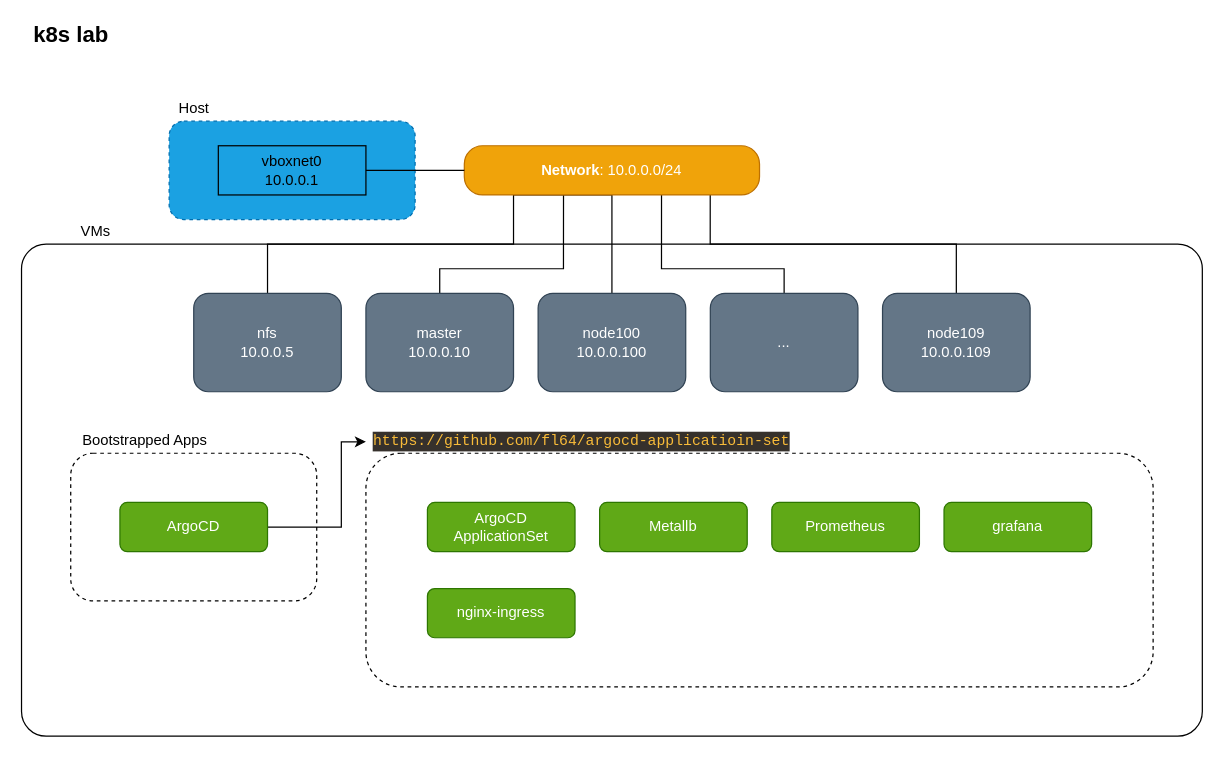
Before: scheme/localk8s.drawio in fl64/localk8s, a draw.io diagram. Source tidied: cells renumbered, new cells numbered last; positions are measured from the earlier drawing's top-left corner, leaving out a move shared by most shapes. Both pictures are drawn from the tidied source at 123%, with x=0, y=0 at pixel (21, 22).
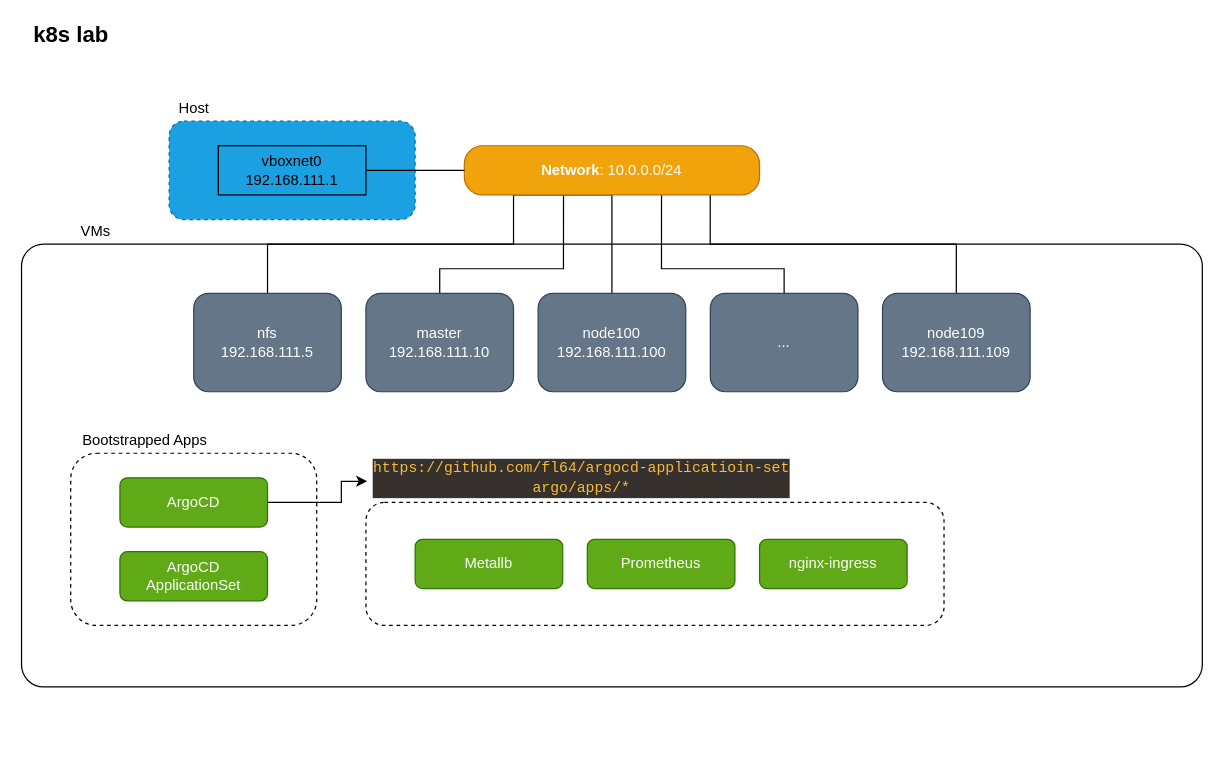
Above is the later version.

Diff of the diagram source:
```diff
@@
     <mxCell id="2" style="rounded=1;whiteSpace=wrap;html=1;arcSize=5;" parent="1" vertex="1">
-      <mxGeometry y="180" width="960" height="400" as="geometry" />
+      <mxGeometry y="180" width="960" height="360" as="geometry" />
     </mxCell>
     <mxCell id="3" style="rounded=1;whiteSpace=wrap;html=1;dashed=1;" parent="1" vertex="1">
-      <mxGeometry x="280" y="350" width="640" height="190" as="geometry" />
+      <mxGeometry x="280" y="390" width="470" height="100" as="geometry" />
     </mxCell>
     <mxCell id="4" style="rounded=1;whiteSpace=wrap;html=1;dashed=1;" parent="1" vertex="1">
-      <mxGeometry x="40" y="350" width="200" height="120" as="geometry" />
+      <mxGeometry x="40" y="350" width="200" height="140" as="geometry" />
     </mxCell>
@@
-    <mxCell id="7" value="master&lt;br&gt;10.0.0.10" style="rounded=1;whiteSpace=wrap;html=1;fillColor=#647687;strokeColor=#314354;fontColor=#ffffff;" parent="1" vertex="1">
+    <mxCell id="7" value="master&lt;br&gt;192.168.111.10" style="rounded=1;whiteSpace=wrap;html=1;fillColor=#647687;strokeColor=#314354;fontColor=#ffffff;" parent="1" vertex="1">
       <mxGeometry x="280" y="220" width="120" height="80" as="geometry" />
     </mxCell>
@@
-    <mxCell id="9" value="node100&lt;br&gt;10.0.0.100" style="rounded=1;whiteSpace=wrap;html=1;fillColor=#647687;strokeColor=#314354;fontColor=#ffffff;" parent="1" vertex="1">
+    <mxCell id="9" value="node100&lt;br&gt;192.168.111.100" style="rounded=1;whiteSpace=wrap;html=1;fillColor=#647687;strokeColor=#314354;fontColor=#ffffff;" parent="1" vertex="1">
       <mxGeometry x="420" y="220" width="120" height="80" as="geometry" />
     </mxCell>
@@
-    <mxCell id="16" value="vboxnet0&lt;br&gt;10.0.0.1" style="rounded=0;whiteSpace=wrap;html=1;fillColor=none;" parent="1" vertex="1">
+    <mxCell id="16" value="vboxnet0&lt;br&gt;192.168.111.1" style="rounded=0;whiteSpace=wrap;html=1;fillColor=none;" parent="1" vertex="1">
       <mxGeometry x="160" y="100" width="120" height="40" as="geometry" />
     </mxCell>
@@
-    <mxCell id="18" value="nfs&lt;br&gt;10.0.0.5" style="rounded=1;whiteSpace=wrap;html=1;fillColor=#647687;strokeColor=#314354;fontColor=#ffffff;" parent="1" vertex="1">
+    <mxCell id="18" value="nfs&lt;br&gt;192.168.111.5" style="rounded=1;whiteSpace=wrap;html=1;fillColor=#647687;strokeColor=#314354;fontColor=#ffffff;" parent="1" vertex="1">
       <mxGeometry x="140" y="220" width="120" height="80" as="geometry" />
     </mxCell>
-    <mxCell id="19" value="node109&lt;br&gt;10.0.0.109" style="rounded=1;whiteSpace=wrap;html=1;fillColor=#647687;strokeColor=#314354;fontColor=#ffffff;" parent="1" vertex="1">
+    <mxCell id="19" value="node109&lt;br&gt;192.168.111.109" style="rounded=1;whiteSpace=wrap;html=1;fillColor=#647687;strokeColor=#314354;fontColor=#ffffff;" parent="1" vertex="1">
       <mxGeometry x="700" y="220" width="120" height="80" as="geometry" />
     </mxCell>
@@
-    <mxCell id="21" style="edgeStyle=orthogonalEdgeStyle;rounded=0;jettySize=auto;html=1;exitX=1;exitY=0.5;exitDx=0;exitDy=0;entryX=0;entryY=0.534;entryDx=0;entryDy=0;entryPerimeter=0;" parent="1" edge="1" source="22" target="29">
+    <mxCell id="21" style="edgeStyle=orthogonalEdgeStyle;rounded=0;jettySize=auto;html=1;exitX=1;exitY=0.5;exitDx=0;exitDy=0;entryX=0.003;entryY=0.57;entryDx=0;entryDy=0;entryPerimeter=0;" parent="1" edge="1" source="22" target="29">
       <mxGeometry relative="1" as="geometry">
         <Array as="points">
-          <mxPoint x="260" y="410" />
-          <mxPoint x="260" y="341" />
+          <mxPoint x="260" y="390" />
+          <mxPoint x="260" y="373" />
+          <mxPoint x="281" y="373" />
         </Array>
       </mxGeometry>
     </mxCell>
     <mxCell id="22" value="ArgoCD" style="rounded=1;whiteSpace=wrap;html=1;fillColor=#60a917;strokeColor=#2D7600;fontColor=#ffffff;" parent="1" vertex="1">
-      <mxGeometry x="80" y="390" width="120" height="40" as="geometry" />
+      <mxGeometry x="80" y="370" width="120" height="40" as="geometry" />
     </mxCell>
     <mxCell id="23" value="ArgoCD&lt;br&gt;ApplicationSet" style="rounded=1;whiteSpace=wrap;html=1;fillColor=#60a917;strokeColor=#2D7600;fontColor=#ffffff;" parent="1" vertex="1">
-      <mxGeometry x="330" y="390" width="120" height="40" as="geometry" />
+      <mxGeometry x="80" y="430" width="120" height="40" as="geometry" />
     </mxCell>
@@
     <mxCell id="26" value="Metallb" style="rounded=1;whiteSpace=wrap;html=1;fillColor=#60a917;strokeColor=#2D7600;fontColor=#ffffff;" parent="1" vertex="1">
-      <mxGeometry x="470" y="390" width="120" height="40" as="geometry" />
+      <mxGeometry x="320" y="420" width="120" height="40" as="geometry" />
     </mxCell>
     <mxCell id="27" value="Prometheus" style="rounded=1;whiteSpace=wrap;html=1;fillColor=#60a917;strokeColor=#2D7600;fontColor=#ffffff;" parent="1" vertex="1">
-      <mxGeometry x="610" y="390" width="120" height="40" as="geometry" />
+      <mxGeometry x="460" y="420" width="120" height="40" as="geometry" />
     </mxCell>
-    <mxCell id="28" value="grafana" style="rounded=1;whiteSpace=wrap;html=1;fillColor=#60a917;strokeColor=#2D7600;fontColor=#ffffff;" parent="1" vertex="1">
-      <mxGeometry x="750" y="390" width="120" height="40" as="geometry" />
-    </mxCell>
-    <mxCell id="29" value="&lt;div style=&quot;color: rgb(248 , 248 , 242) ; background-color: rgb(54 , 49 , 44) ; font-family: &amp;#34;jetbrains mono&amp;#34; , &amp;#34;droid sans mono&amp;#34; , monospace , monospace , &amp;#34;droid sans fallback&amp;#34; ; line-height: 16px&quot;&gt;&lt;span style=&quot;color: #f8bb39&quot;&gt;https://github.com/fl64/argocd-applicatioin-set&lt;/span&gt;&lt;/div&gt;" style="text;html=1;align=center;verticalAlign=middle;points=[];" parent="1" vertex="1">
-      <mxGeometry x="280" y="330" width="350" height="20" as="geometry" />
+    <mxCell id="29" value="&lt;div style=&quot;color: rgb(248 , 248 , 242) ; background-color: rgb(54 , 49 , 44) ; font-family: &amp;#34;jetbrains mono&amp;#34; , &amp;#34;droid sans mono&amp;#34; , monospace , monospace , &amp;#34;droid sans fallback&amp;#34; ; line-height: 16px&quot;&gt;&lt;span style=&quot;color: #f8bb39&quot;&gt;https://github.com/fl64/argocd-applicatioin-set&lt;br&gt;argo/apps/*&lt;/span&gt;&lt;/div&gt;" style="text;html=1;align=center;verticalAlign=middle;points=[];" parent="1" vertex="1">
+      <mxGeometry x="280" y="350" width="350" height="40" as="geometry" />
     </mxCell>
     <mxCell id="30" value="nginx-ingress" style="rounded=1;whiteSpace=wrap;html=1;fillColor=#60a917;strokeColor=#2D7600;fontColor=#ffffff;" parent="1" vertex="1">
-      <mxGeometry x="330" y="460" width="120" height="40" as="geometry" />
+      <mxGeometry x="600" y="420" width="120" height="40" as="geometry" />
     </mxCell>
```
